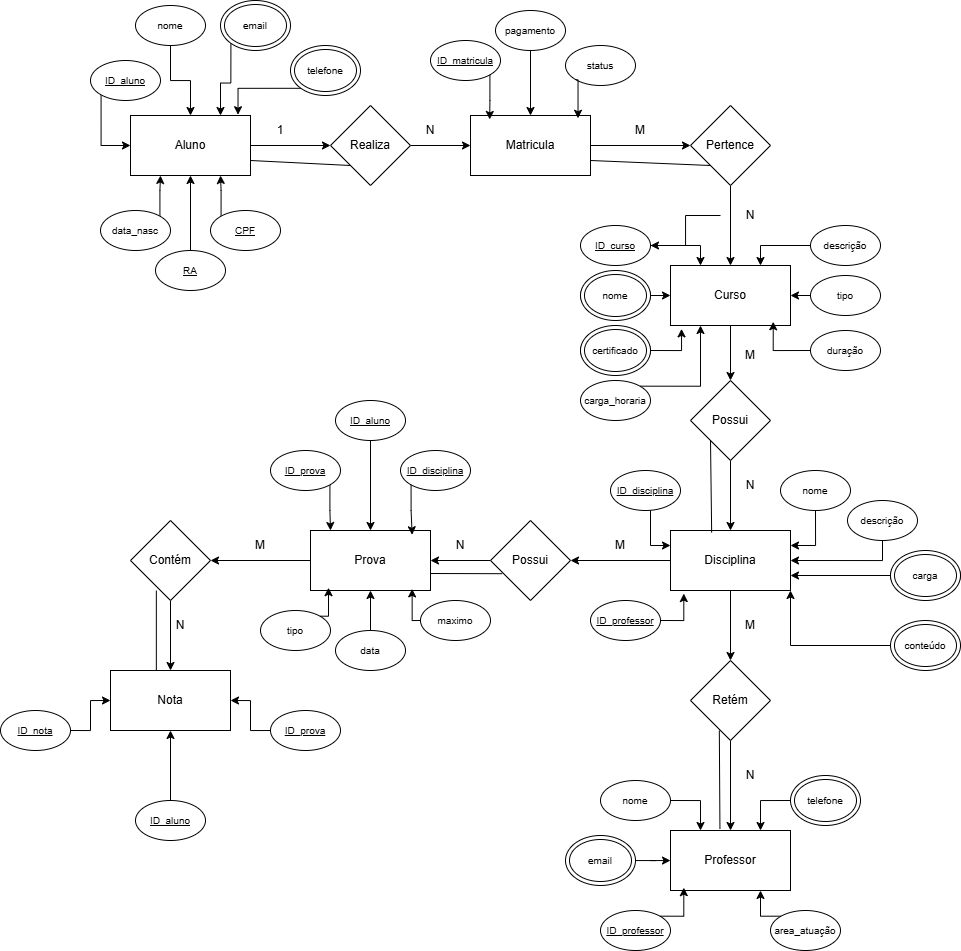
The draw.io diagram EscolaUniversidade.png in kahn-arwen/Diagramas_bcd, before a commit. Source tidied: cells renumbered, new cells last; positions are measured from the earlier drawing's top-left corner, leaving out a move shared by most shapes.
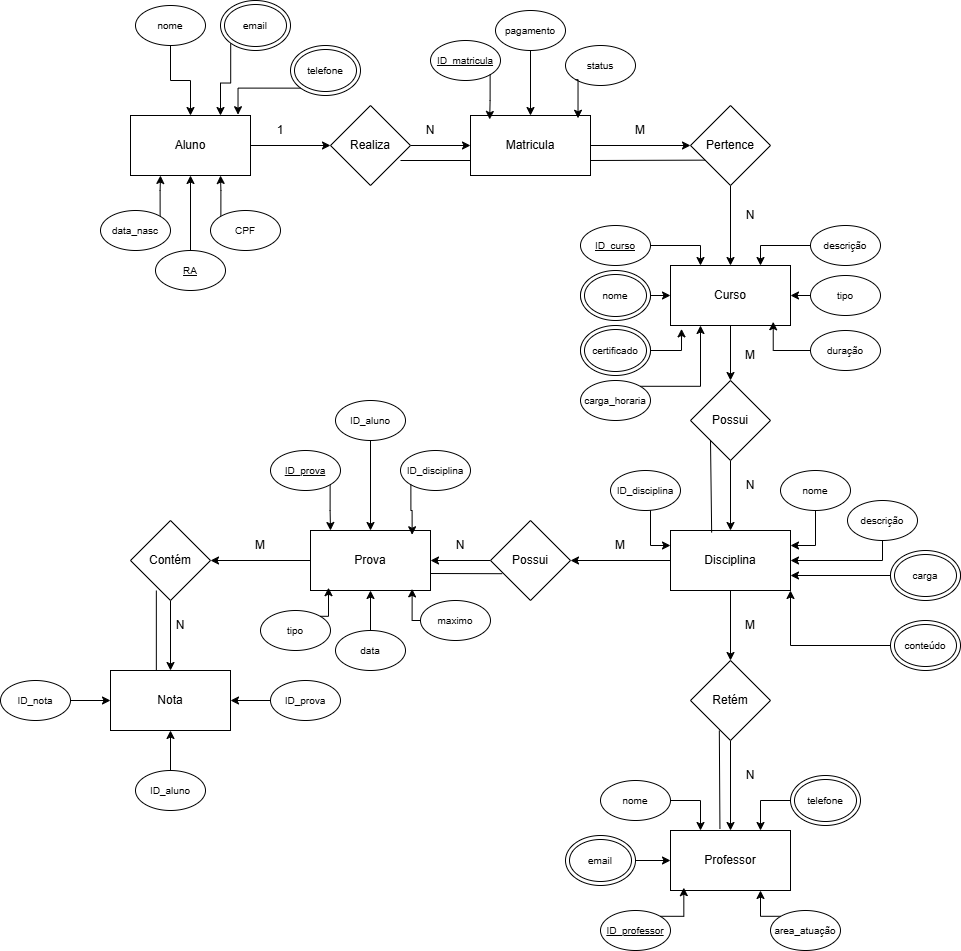
After the commit.

The edit, as a diff of the source:
```diff
@@ -86,9 +86,6 @@
     <mxCell id="29" value="M" style="text;html=1;align=center;verticalAlign=middle;whiteSpace=wrap;rounded=0;" parent="1" vertex="1">
       <mxGeometry x="610" y="115" width="60" height="30" as="geometry" />
     </mxCell>
-    <mxCell id="30" style="edgeStyle=orthogonalEdgeStyle;rounded=0;jettySize=auto;html=1;" parent="1" edge="1" source="31" target="61">
-      <mxGeometry relative="1" as="geometry" />
-    </mxCell>
     <mxCell id="31" value="N" style="text;html=1;align=center;verticalAlign=middle;whiteSpace=wrap;rounded=0;" parent="1" vertex="1">
       <mxGeometry x="720" y="200" width="60" height="30" as="geometry" />
     </mxCell>
@@ -116,12 +113,6 @@
     <mxCell id="39" value="M" style="text;html=1;align=center;verticalAlign=middle;whiteSpace=wrap;rounded=0;" parent="1" vertex="1">
       <mxGeometry x="230" y="530" width="60" height="30" as="geometry" />
     </mxCell>
-    <mxCell id="40" style="edgeStyle=orthogonalEdgeStyle;rounded=0;jettySize=auto;html=1;exitX=0;exitY=1;exitDx=0;exitDy=0;entryX=0;entryY=0.5;entryDx=0;entryDy=0;" parent="1" edge="1" source="41" target="3">
-      <mxGeometry relative="1" as="geometry" />
-    </mxCell>
-    <mxCell id="41" value="&lt;span style=&quot;font-size: 10px;&quot;&gt;&lt;u&gt;ID_aluno&lt;/u&gt;&lt;/span&gt;" style="ellipse;whiteSpace=wrap;html=1;" parent="1" vertex="1">
-      <mxGeometry x="90" y="60" width="70" height="40" as="geometry" />
-    </mxCell>
     <mxCell id="42" style="edgeStyle=orthogonalEdgeStyle;rounded=0;jettySize=auto;html=1;exitX=0.5;exitY=1;exitDx=0;exitDy=0;" parent="1" edge="1" source="43" target="3">
       <mxGeometry relative="1" as="geometry" />
     </mxCell>
@@ -137,7 +128,7 @@
     <mxCell id="46" style="edgeStyle=orthogonalEdgeStyle;rounded=0;jettySize=auto;html=1;exitX=0;exitY=0;exitDx=0;exitDy=0;entryX=0.75;entryY=1;entryDx=0;entryDy=0;" parent="1" edge="1" source="47" target="3">
       <mxGeometry relative="1" as="geometry" />
     </mxCell>
-    <mxCell id="47" value="&lt;span style=&quot;font-size: 10px;&quot;&gt;&lt;u&gt;CPF&lt;/u&gt;&lt;/span&gt;" style="ellipse;whiteSpace=wrap;html=1;" parent="1" vertex="1">
+    <mxCell id="47" value="&lt;span style=&quot;font-size: 10px;&quot;&gt;CPF&lt;/span&gt;" style="ellipse;whiteSpace=wrap;html=1;" parent="1" vertex="1">
       <mxGeometry x="210" y="210" width="70" height="40" as="geometry" />
     </mxCell>
     <mxCell id="48" value="&lt;font style=&quot;font-size: 10px;&quot;&gt;telefone&lt;/font&gt;" style="ellipse;shape=doubleEllipse;whiteSpace=wrap;html=1;" parent="1" vertex="1">
@@ -226,7 +217,7 @@
         </Array>
       </mxGeometry>
     </mxCell>
-    <mxCell id="75" value="&lt;span style=&quot;font-size: 10px;&quot;&gt;&lt;u&gt;ID_disciplina&lt;/u&gt;&lt;/span&gt;" style="ellipse;whiteSpace=wrap;html=1;" parent="1" vertex="1">
+    <mxCell id="75" value="&lt;span style=&quot;font-size: 10px;&quot;&gt;ID_disciplina&lt;/span&gt;" style="ellipse;whiteSpace=wrap;html=1;" parent="1" vertex="1">
       <mxGeometry x="610" y="470" width="70" height="40" as="geometry" />
     </mxCell>
     <mxCell id="76" style="edgeStyle=orthogonalEdgeStyle;rounded=0;jettySize=auto;html=1;exitX=0.5;exitY=1;exitDx=0;exitDy=0;entryX=1;entryY=0.25;entryDx=0;entryDy=0;" parent="1" edge="1" source="77" target="16">
@@ -250,12 +241,6 @@
     <mxCell id="82" style="edgeStyle=orthogonalEdgeStyle;rounded=0;jettySize=auto;html=1;exitX=0;exitY=0.5;exitDx=0;exitDy=0;entryX=1;entryY=1;entryDx=0;entryDy=0;" parent="1" edge="1" source="115" target="16">
       <mxGeometry relative="1" as="geometry" />
     </mxCell>
-    <mxCell id="83" value="&lt;span style=&quot;font-size: 10px;&quot;&gt;&lt;u&gt;ID_professor&lt;/u&gt;&lt;/span&gt;" style="ellipse;whiteSpace=wrap;html=1;" parent="1" vertex="1">
-      <mxGeometry x="590" y="600" width="70" height="40" as="geometry" />
-    </mxCell>
-    <mxCell id="84" style="edgeStyle=orthogonalEdgeStyle;rounded=0;jettySize=auto;html=1;exitX=1;exitY=0.5;exitDx=0;exitDy=0;entryX=0.111;entryY=1.051;entryDx=0;entryDy=0;entryPerimeter=0;" parent="1" edge="1" source="83" target="16">
-      <mxGeometry relative="1" as="geometry" />
-    </mxCell>
     <mxCell id="85" style="edgeStyle=orthogonalEdgeStyle;rounded=0;jettySize=auto;html=1;exitX=1;exitY=0.5;exitDx=0;exitDy=0;entryX=0.25;entryY=0;entryDx=0;entryDy=0;" parent="1" edge="1" source="86" target="26">
       <mxGeometry relative="1" as="geometry" />
     </mxCell>
@@ -298,7 +283,7 @@
     <mxCell id="96" value="&lt;span style=&quot;font-size: 10px;&quot;&gt;&lt;u&gt;ID_prova&lt;/u&gt;&lt;/span&gt;" style="ellipse;whiteSpace=wrap;html=1;" parent="1" vertex="1">
       <mxGeometry x="270" y="450" width="70" height="40" as="geometry" />
     </mxCell>
-    <mxCell id="97" value="&lt;span style=&quot;font-size: 10px;&quot;&gt;&lt;u&gt;ID_disciplina&lt;/u&gt;&lt;/span&gt;" style="ellipse;whiteSpace=wrap;html=1;" parent="1" vertex="1">
+    <mxCell id="97" value="&lt;span style=&quot;font-size: 10px;&quot;&gt;ID_disciplina&lt;/span&gt;" style="ellipse;whiteSpace=wrap;html=1;" parent="1" vertex="1">
       <mxGeometry x="400" y="450" width="70" height="40" as="geometry" />
     </mxCell>
     <mxCell id="98" style="edgeStyle=orthogonalEdgeStyle;rounded=0;jettySize=auto;html=1;exitX=0;exitY=1;exitDx=0;exitDy=0;entryX=0.847;entryY=0.071;entryDx=0;entryDy=0;entryPerimeter=0;" parent="1" edge="1" source="97" target="20">
@@ -307,7 +292,7 @@
     <mxCell id="99" style="edgeStyle=orthogonalEdgeStyle;rounded=0;jettySize=auto;html=1;exitX=0.5;exitY=1;exitDx=0;exitDy=0;" parent="1" edge="1" source="100" target="20">
       <mxGeometry relative="1" as="geometry" />
     </mxCell>
-    <mxCell id="100" value="&lt;span style=&quot;font-size: 10px;&quot;&gt;&lt;u&gt;ID_aluno&lt;/u&gt;&lt;/span&gt;" style="ellipse;whiteSpace=wrap;html=1;" parent="1" vertex="1">
+    <mxCell id="100" value="&lt;span style=&quot;font-size: 10px;&quot;&gt;ID_aluno&lt;/span&gt;" style="ellipse;whiteSpace=wrap;html=1;" parent="1" vertex="1">
       <mxGeometry x="335" y="400" width="70" height="40" as="geometry" />
     </mxCell>
     <mxCell id="101" style="edgeStyle=orthogonalEdgeStyle;rounded=0;jettySize=auto;html=1;" parent="1" edge="1" source="102" target="20">
@@ -328,20 +313,20 @@
     <mxCell id="106" style="edgeStyle=orthogonalEdgeStyle;rounded=0;jettySize=auto;html=1;exitX=0;exitY=0.5;exitDx=0;exitDy=0;entryX=0.847;entryY=0.973;entryDx=0;entryDy=0;entryPerimeter=0;" parent="1" edge="1" source="105" target="20">
       <mxGeometry relative="1" as="geometry" />
     </mxCell>
-    <mxCell id="107" value="&lt;span style=&quot;font-size: 10px;&quot;&gt;&lt;u&gt;ID_prova&lt;/u&gt;&lt;/span&gt;" style="ellipse;whiteSpace=wrap;html=1;" parent="1" vertex="1">
-      <mxGeometry x="270" y="710" width="70" height="40" as="geometry" />
+    <mxCell id="107" value="&lt;span style=&quot;font-size: 10px;&quot;&gt;ID_prova&lt;/span&gt;" style="ellipse;whiteSpace=wrap;html=1;" parent="1" vertex="1">
+      <mxGeometry x="270" y="680" width="70" height="40" as="geometry" />
     </mxCell>
     <mxCell id="108" style="edgeStyle=orthogonalEdgeStyle;rounded=0;jettySize=auto;html=1;exitX=0;exitY=0.5;exitDx=0;exitDy=0;entryX=1;entryY=0.5;entryDx=0;entryDy=0;" parent="1" edge="1" source="107" target="23">
       <mxGeometry relative="1" as="geometry" />
     </mxCell>
-    <mxCell id="109" value="&lt;span style=&quot;font-size: 10px;&quot;&gt;&lt;u&gt;ID_aluno&lt;/u&gt;&lt;/span&gt;" style="ellipse;whiteSpace=wrap;html=1;" parent="1" vertex="1">
-      <mxGeometry x="135" y="800" width="70" height="40" as="geometry" />
+    <mxCell id="109" value="&lt;span style=&quot;font-size: 10px;&quot;&gt;ID_aluno&lt;/span&gt;" style="ellipse;whiteSpace=wrap;html=1;" parent="1" vertex="1">
+      <mxGeometry x="135" y="770" width="70" height="40" as="geometry" />
     </mxCell>
     <mxCell id="110" style="edgeStyle=orthogonalEdgeStyle;rounded=0;jettySize=auto;html=1;exitX=0.5;exitY=0;exitDx=0;exitDy=0;entryX=0.5;entryY=1;entryDx=0;entryDy=0;" parent="1" edge="1" source="109" target="23">
       <mxGeometry relative="1" as="geometry" />
     </mxCell>
-    <mxCell id="111" value="&lt;span style=&quot;font-size: 10px;&quot;&gt;&lt;u&gt;ID_nota&lt;/u&gt;&lt;/span&gt;" style="ellipse;whiteSpace=wrap;html=1;" parent="1" vertex="1">
-      <mxGeometry y="710" width="70" height="40" as="geometry" />
+    <mxCell id="111" value="&lt;span style=&quot;font-size: 10px;&quot;&gt;ID_nota&lt;/span&gt;" style="ellipse;whiteSpace=wrap;html=1;" parent="1" vertex="1">
+      <mxGeometry y="680" width="70" height="40" as="geometry" />
     </mxCell>
     <mxCell id="112" style="edgeStyle=orthogonalEdgeStyle;rounded=0;jettySize=auto;html=1;exitX=1;exitY=0.5;exitDx=0;exitDy=0;entryX=0;entryY=0.5;entryDx=0;entryDy=0;" parent="1" edge="1" source="111" target="23">
       <mxGeometry relative="1" as="geometry" />
@@ -374,11 +359,14 @@
     <mxCell id="120" style="endArrow=none;html=1;rounded=0;exitX=0;exitY=1;exitDx=0;exitDy=0;entryX=0.343;entryY=0.034;entryDx=0;entryDy=0;entryPerimeter=0;" parent="1" edge="1" source="13" target="16">
       <mxGeometry relative="1" as="geometry" />
     </mxCell>
-    <mxCell id="121" style="endArrow=none;html=1;rounded=0;entryX=0;entryY=1;entryDx=0;entryDy=0;exitX=1;exitY=0.75;exitDx=0;exitDy=0;" parent="1" edge="1" source="7" target="9">
+    <mxCell id="121" style="endArrow=none;html=1;rounded=0;entryX=0.183;entryY=0.683;entryDx=0;entryDy=0;exitX=1;exitY=0.75;exitDx=0;exitDy=0;entryPerimeter=0;" parent="1" edge="1" source="7" target="9">
       <mxGeometry relative="1" as="geometry" />
     </mxCell>
-    <mxCell id="122" style="endArrow=none;html=1;rounded=0;exitX=1;exitY=0.75;exitDx=0;exitDy=0;entryX=0;entryY=1;entryDx=0;entryDy=0;" parent="1" edge="1" source="3" target="5">
-      <mxGeometry relative="1" as="geometry" />
+    <mxCell id="122" style="endArrow=none;html=1;rounded=0;" parent="1" edge="1">
+      <mxGeometry relative="1" as="geometry">
+        <mxPoint x="400" y="160" as="sourcePoint" />
+        <mxPoint x="470" y="160" as="targetPoint" />
+      </mxGeometry>
     </mxCell>
   </root>
 </mxGraphModel>
```
